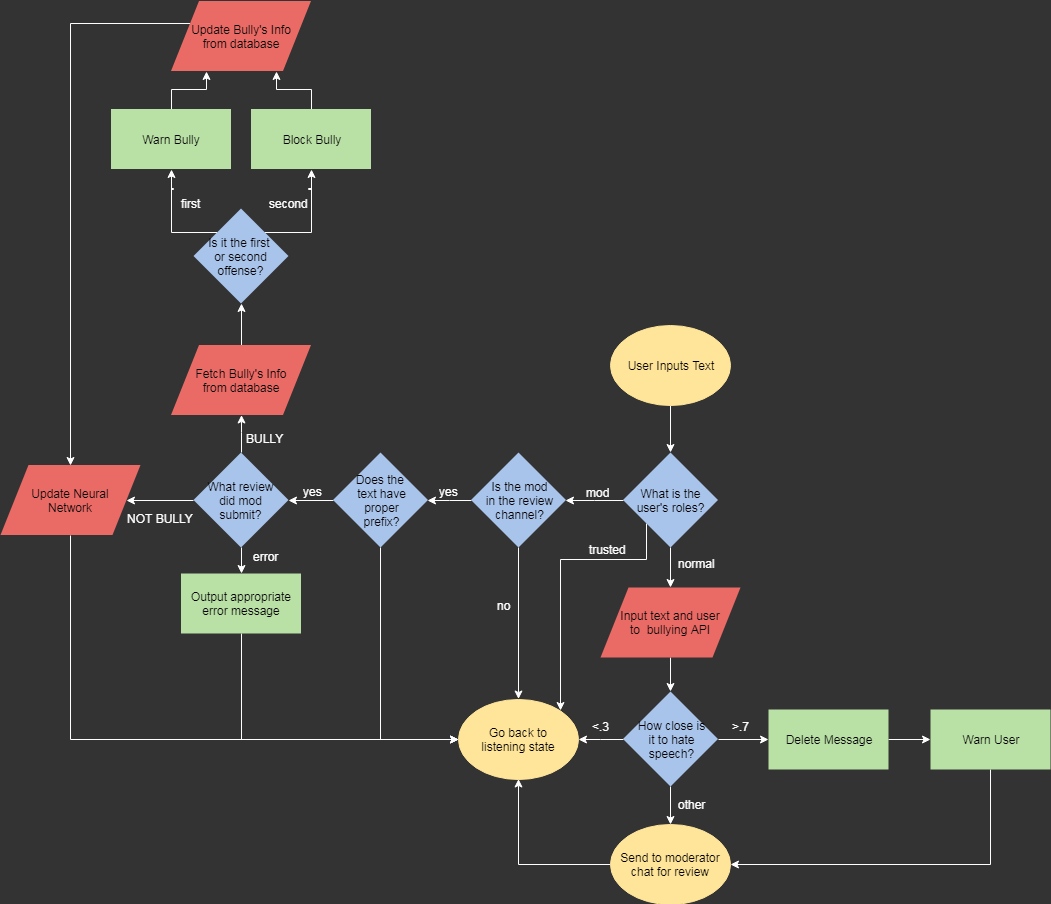
Earlier version of the draw.io export Main Program/Main Program.png (QiLinXue/ICS4U). Source tidied: cells renumbered, new cells last; positions are measured from the earlier drawing's top-left corner, leaving out a move shared by most shapes.
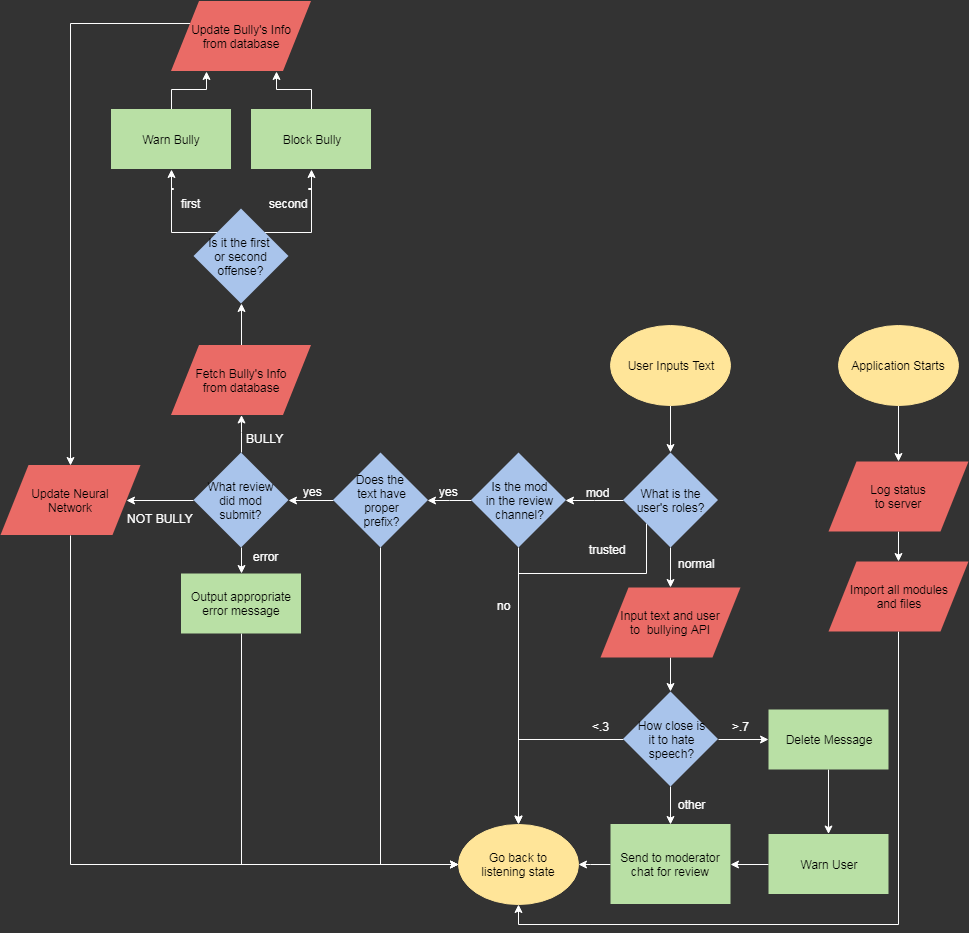
Above is the later version.

The edit, as a diff of the source:
```diff
@@ -27,25 +27,25 @@
       <mxGeometry x="622.5" y="691" width="95" height="95" as="geometry" />
     </mxCell>
     <mxCell id="10" value="Go back to&lt;br&gt;listening state&lt;br&gt;" style="ellipse;whiteSpace=wrap;html=1;fillColor=#FFE599;strokeColor=#FFE599;" parent="1" vertex="1">
-      <mxGeometry x="458" y="698.5" width="120" height="80" as="geometry" />
+      <mxGeometry x="458" y="823.5" width="120" height="80" as="geometry" />
     </mxCell>
     <mxCell id="11" style="edgeStyle=orthogonalEdgeStyle;rounded=0;html=1;exitX=0;exitY=0.5;jettySize=auto;strokeColor=#FFFFFF;" parent="1" edge="1" source="12" target="10">
       <mxGeometry relative="1" as="geometry" />
     </mxCell>
-    <mxCell id="12" value="Send to moderator chat for review&lt;br&gt;" style="ellipse;whiteSpace=wrap;html=1;fillColor=#FFE599;strokeColor=#FFE599;" parent="1" vertex="1">
+    <mxCell id="12" value="Send to moderator chat for review&lt;br&gt;" style="rounded=0;whiteSpace=wrap;html=1;strokeColor=none;fillColor=#B9E0A5;" parent="1" vertex="1">
       <mxGeometry x="610" y="823.5" width="120" height="80" as="geometry" />
     </mxCell>
-    <mxCell id="13" style="edgeStyle=orthogonalEdgeStyle;rounded=0;html=1;exitX=1;exitY=0.5;entryX=0;entryY=0.5;jettySize=auto;strokeColor=#FFFFFF;" parent="1" edge="1" source="14" target="16">
+    <mxCell id="13" style="edgeStyle=orthogonalEdgeStyle;rounded=0;html=1;exitX=0.5;exitY=1;jettySize=auto;strokeColor=#FFFFFF;" parent="1" edge="1" source="14" target="16">
       <mxGeometry relative="1" as="geometry" />
     </mxCell>
     <mxCell id="14" value="Delete Message" style="rounded=0;whiteSpace=wrap;html=1;strokeColor=none;fillColor=#B9E0A5;" parent="1" vertex="1">
       <mxGeometry x="768" y="709" width="120" height="60" as="geometry" />
     </mxCell>
-    <mxCell id="15" style="edgeStyle=orthogonalEdgeStyle;rounded=0;html=1;exitX=0.5;exitY=1;entryX=1;entryY=0.5;jettySize=auto;strokeColor=#FFFFFF;" parent="1" edge="1" source="16" target="12">
+    <mxCell id="15" style="edgeStyle=orthogonalEdgeStyle;rounded=0;html=1;exitX=0;exitY=0.5;entryX=1;entryY=0.5;jettySize=auto;strokeColor=#FFFFFF;" parent="1" edge="1" source="16" target="12">
       <mxGeometry relative="1" as="geometry" />
     </mxCell>
     <mxCell id="16" value="Warn User" style="rounded=0;whiteSpace=wrap;html=1;strokeColor=none;fillColor=#B9E0A5;" parent="1" vertex="1">
-      <mxGeometry x="930" y="709" width="120" height="60" as="geometry" />
+      <mxGeometry x="768" y="833.5" width="120" height="60" as="geometry" />
     </mxCell>
     <mxCell id="17" style="edgeStyle=orthogonalEdgeStyle;rounded=0;html=1;exitX=0.5;exitY=1;entryX=0.5;entryY=0;jettySize=auto;strokeColor=#FFFFFF;" parent="1" edge="1" source="20" target="5">
       <mxGeometry relative="1" as="geometry" />
@@ -53,11 +53,11 @@
     <mxCell id="18" style="edgeStyle=orthogonalEdgeStyle;rounded=0;html=1;exitX=0;exitY=0.5;jettySize=auto;strokeColor=#FFFFFF;" parent="1" edge="1" source="20" target="23">
       <mxGeometry relative="1" as="geometry" />
     </mxCell>
-    <mxCell id="19" style="edgeStyle=orthogonalEdgeStyle;rounded=0;html=1;exitX=0;exitY=1;entryX=1;entryY=0;jettySize=auto;strokeColor=#FFFFFF;" parent="1" edge="1" source="20" target="10">
+    <mxCell id="19" style="edgeStyle=orthogonalEdgeStyle;rounded=0;html=1;exitX=0;exitY=1;entryX=0.5;entryY=0;jettySize=auto;strokeColor=#FFFFFF;" parent="1" edge="1" source="20" target="10">
       <mxGeometry relative="1" as="geometry">
         <Array as="points">
-          <mxPoint x="646" y="559" />
-          <mxPoint x="560" y="559" />
+          <mxPoint x="646" y="573" />
+          <mxPoint x="518" y="573" />
         </Array>
       </mxGeometry>
     </mxCell>
@@ -197,5 +197,23 @@
     <mxCell id="59" value="&lt;font color=&quot;#ffffff&quot;&gt;other&lt;/font&gt;" style="text;html=1;align=left;verticalAlign=top;spacingTop=-4;" parent="1" vertex="1">
       <mxGeometry x="676" y="795" width="37" height="14" as="geometry" />
     </mxCell>
+    <mxCell id="60" style="edgeStyle=orthogonalEdgeStyle;rounded=0;html=1;exitX=0.5;exitY=1;jettySize=auto;strokeColor=#FFFFFF;" parent="1" edge="1" source="61" target="63">
+      <mxGeometry relative="1" as="geometry" />
+    </mxCell>
+    <mxCell id="61" value="Application Starts" style="ellipse;whiteSpace=wrap;html=1;fillColor=#FFE599;strokeColor=#FFE599;" parent="1" vertex="1">
+      <mxGeometry x="838" y="325" width="120" height="80" as="geometry" />
+    </mxCell>
+    <mxCell id="62" style="edgeStyle=orthogonalEdgeStyle;rounded=0;html=1;exitX=0.5;exitY=1;jettySize=auto;strokeColor=#FFFFFF;" parent="1" edge="1" source="63" target="65">
+      <mxGeometry relative="1" as="geometry" />
+    </mxCell>
+    <mxCell id="63" value="Log status&lt;br&gt;to server&lt;br&gt;" style="shape=parallelogram;perimeter=parallelogramPerimeter;whiteSpace=wrap;html=1;fillColor=#EA6B66;strokeColor=none;" parent="1" vertex="1">
+      <mxGeometry x="828" y="461" width="140" height="70" as="geometry" />
+    </mxCell>
+    <mxCell id="64" style="edgeStyle=orthogonalEdgeStyle;rounded=0;html=1;exitX=0.5;exitY=1;entryX=0.5;entryY=1;jettySize=auto;strokeColor=#FFFFFF;" parent="1" edge="1" source="65" target="10">
+      <mxGeometry relative="1" as="geometry" />
+    </mxCell>
+    <mxCell id="65" value="Import all modules&lt;br&gt;and files&lt;br&gt;" style="shape=parallelogram;perimeter=parallelogramPerimeter;whiteSpace=wrap;html=1;fillColor=#EA6B66;strokeColor=none;" parent="1" vertex="1">
+      <mxGeometry x="828" y="561" width="140" height="70" as="geometry" />
+    </mxCell>
   </root>
 </mxGraphModel>
```
